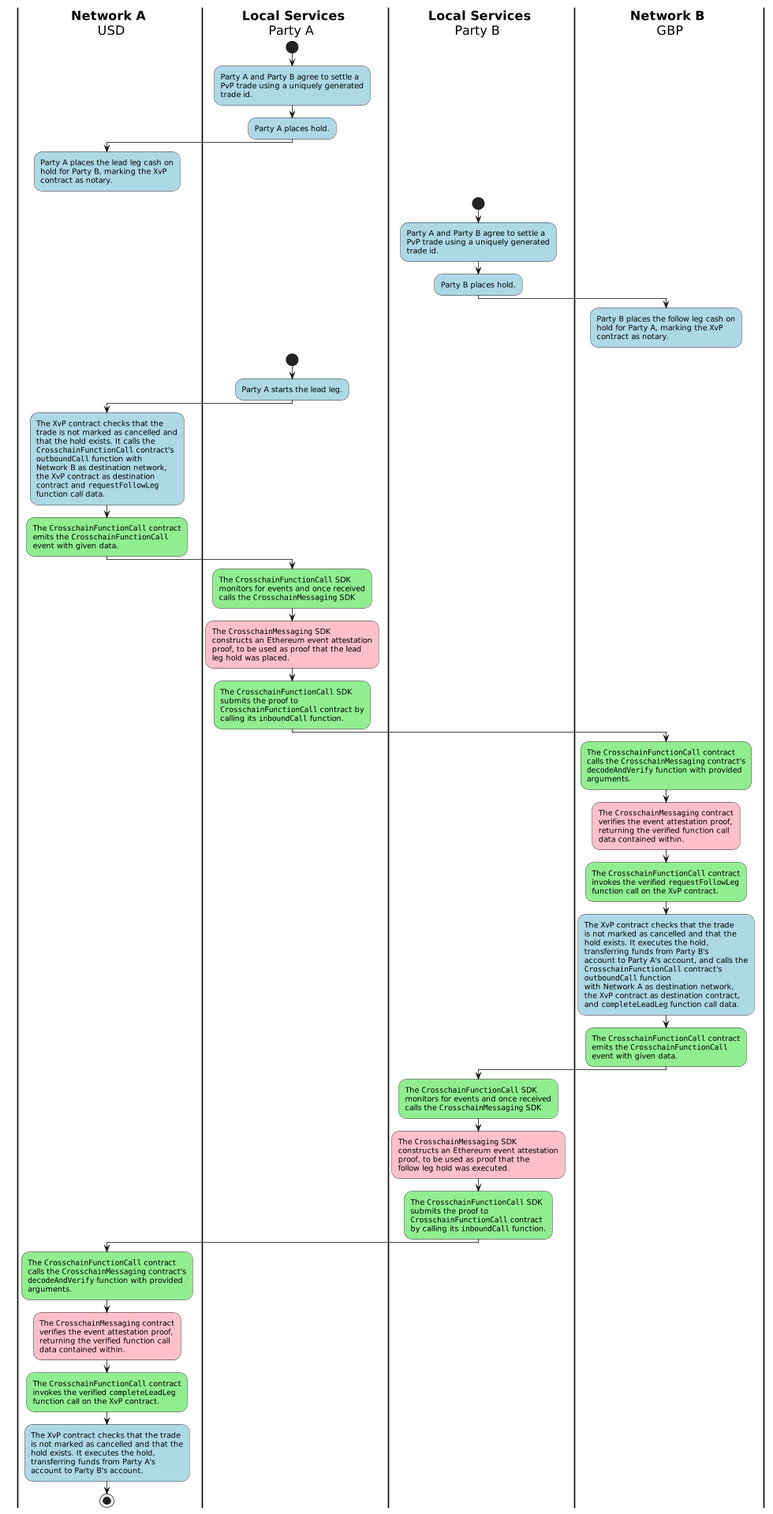
Earlier version of the PlantUML export docs/adhara/img/pvp_successful_trade.png (hyperledger-labs/harmonia). Source of this version:
```plantuml
@startuml 1_pvp_leader_follower_activity_diagram
skinparam ActivityBackgroundColor LightBlue
skinparam activityDiamondBackgroundColor transparent
skinparam defaultTextAlignment left
skinparam shadowing false
skinparam Swimlane {
  TitleFontColor black
  TitleFontSize 20
  BorderColor black
  BorderThickness 2
  width 500
}

| **Network A**\n        USD  |
| **Local Services**\n        Party A |
| **Local Services**\n        Party B |

| **Local Services**\n        Party A |

  start
  :Party A and Party B agree to settle a
  PvP trade using a uniquely generated
  trade id.;
  :Party A places hold.;

| **Network A**\n        USD  |

  :Party A places the lead leg cash on
  hold for Party B, marking the ""XvP""
  contract as notary.;
  detach

| **Local Services**\n        Party B |

  start
  :Party A and Party B agree to settle a
  PvP trade using a uniquely generated
  trade id.;
  :Party B places hold.;

| **Network B**\n        GBP |

  :Party B places the follow leg cash on
  hold for Party A, marking the ""XvP""
  contract as notary.;
  detach

| **Local Services**\n        Party A |

  start
  :Party A starts the lead leg.;

| **Network A**\n        USD  |

  :The ""XvP"" contract checks that the
  trade is not marked as cancelled and
  that the hold exists. It calls the
  ""CrosschainFunctionCall"" contract's
  ""outboundCall"" function with
  Network B as destination network,
  the ""XvP"" contract as destination
  contract and ""requestFollowLeg""
  function call data.;
  #lightGreen:The ""CrosschainFunctionCall"" contract
  emits the ""CrosschainFunctionCall""
  event with given data.;

| **Local Services**\n        Party A |

  #lightGreen:The ""CrosschainFunctionCall"" SDK
  monitors for events and once received
  calls the ""CrosschainMessaging"" SDK;
  #Pink:The ""CrosschainMessaging"" SDK
  constructs an Ethereum event attestation
  proof, to be used as proof that the lead
  leg hold was placed.;
  #lightGreen:The ""CrosschainFunctionCall"" SDK
  submits the proof to
  ""CrosschainFunctionCall"" contract by
  calling its ""inboundCall"" function.;

| **Network B**\n        GBP |

  #lightGreen:The ""CrosschainFunctionCall"" contract
  calls the ""CrosschainMessaging"" contract's
  ""decodeAndVerify"" function with provided
  arguments.;
  #Pink:The ""CrosschainMessaging"" contract
  verifies the event attestation proof,
  returning the verified function call
  data contained within.;
  #lightGreen:The ""CrosschainFunctionCall"" contract
  invokes the verified ""requestFollowLeg""
  function call on the ""XvP"" contract.;
  :The ""XvP"" contract checks that the trade
  is not marked as cancelled and that the
  hold exists. It executes the hold,
  transferring funds from Party B's
  account to Party A's account, and calls the
  ""CrosschainFunctionCall"" contract's
  ""outboundCall"" function
  with Network A as destination network,
  the ""XvP"" contract as destination contract,
  and ""completeLeadLeg"" function call data.;
  #lightGreen:The ""CrosschainFunctionCall"" contract
  emits the ""CrosschainFunctionCall""
  event with given data.;

| **Local Services**\n        Party B |

  #lightGreen:The ""CrosschainFunctionCall"" SDK
  monitors for events and once received
  calls the ""CrosschainMessaging"" SDK;
  #Pink:The ""CrosschainMessaging"" SDK
  constructs an Ethereum event attestation
  proof, to be used as proof that the
  follow leg hold was executed.;
  #lightGreen:The ""CrosschainFunctionCall"" SDK
  submits the proof to
  ""CrosschainFunctionCall"" contract
  by calling its ""inboundCall"" function.;

| **Network A**\n        USD  |

  #lightGreen:The ""CrosschainFunctionCall"" contract
  calls the ""CrosschainMessaging"" contract's
  ""decodeAndVerify"" function with provided
  arguments.;
  #Pink:The ""CrosschainMessaging"" contract
  verifies the event attestation proof,
  returning the verified function call
  data contained within.;
  #lightGreen:The ""CrosschainFunctionCall"" contract
  invokes the verified ""completeLeadLeg""
  function call on the ""XvP"" contract.;
  :The ""XvP"" contract checks that the trade
  is not marked as cancelled and that the
  hold exists. It executes the hold,
  transferring funds from Party A's
  account to Party B's account.;

stop

@enduml
```
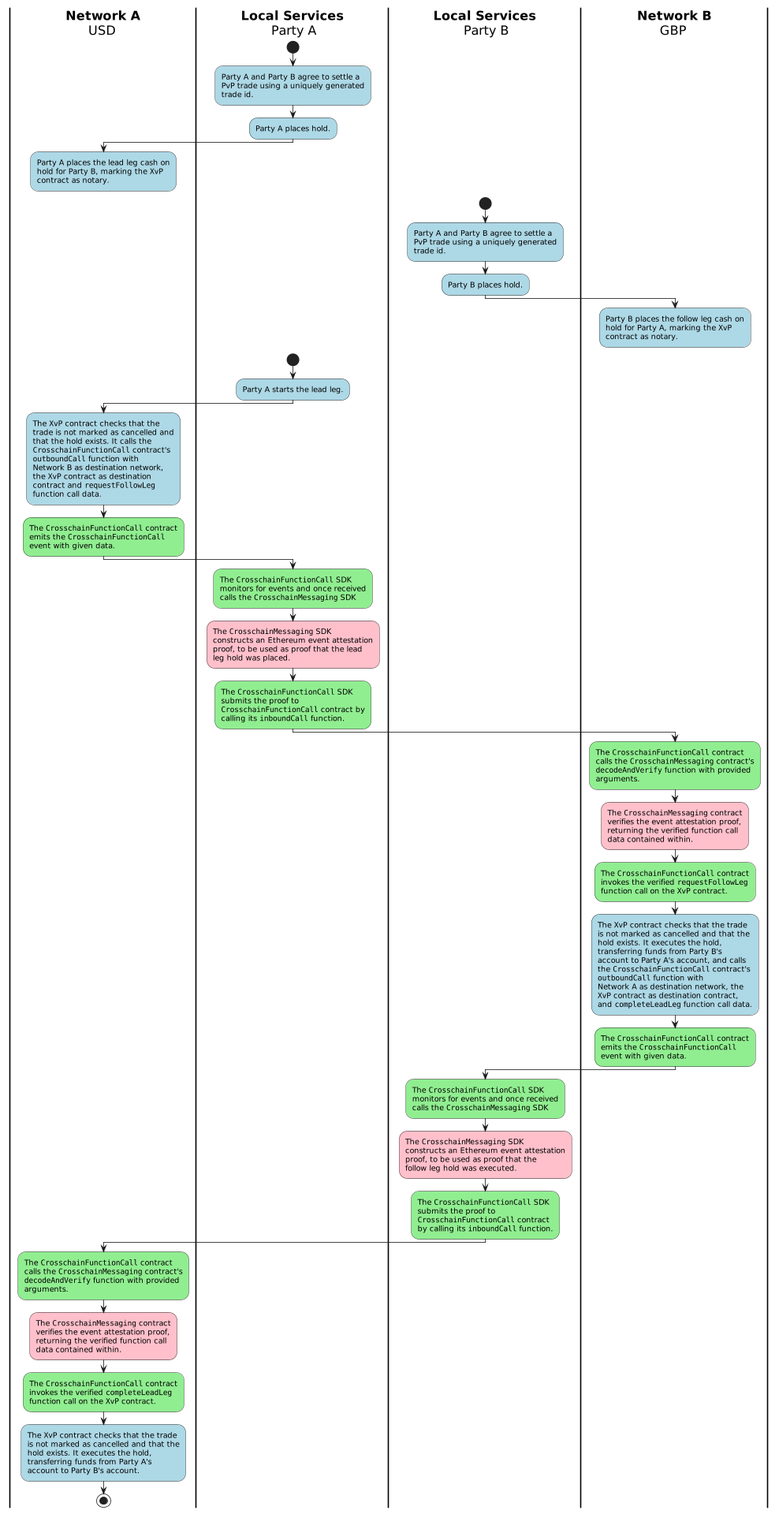
Above is the later version.

Change to the diagram source:
```diff
@@ -8,14 +8,14 @@
   TitleFontSize 20
   BorderColor black
   BorderThickness 2
-  width 500
+  swimlaneWidth same
 }
 
-| **Network A**\n        USD  |
-| **Local Services**\n        Party A |
-| **Local Services**\n        Party B |
+ |              **Network A**              \n                    USD  |
+ |           **Local Services**           \n                   Party A |
+ |           **Local Services**           \n                   Party B |
 
-| **Local Services**\n        Party A |
+ |           **Local Services**           \n                   Party A |
 
   start
   :Party A and Party B agree to settle a
@@ -23,14 +23,14 @@
   trade id.;
   :Party A places hold.;
 
-| **Network A**\n        USD  |
+ |              **Network A**              \n                    USD  |
 
   :Party A places the lead leg cash on
   hold for Party B, marking the ""XvP""
   contract as notary.;
   detach
 
-| **Local Services**\n        Party B |
+ |           **Local Services**           \n                   Party B |
 
   start
   :Party A and Party B agree to settle a
@@ -38,19 +38,19 @@
   trade id.;
   :Party B places hold.;
 
-| **Network B**\n        GBP |
+ |              **Network B**              \n                    GBP  |
 
   :Party B places the follow leg cash on
   hold for Party A, marking the ""XvP""
   contract as notary.;
   detach
 
-| **Local Services**\n        Party A |
+ |           **Local Services**           \n                   Party A |
 
   start
   :Party A starts the lead leg.;
 
-| **Network A**\n        USD  |
+ |              **Network A**              \n                    USD  |
 
   :The ""XvP"" contract checks that the
   trade is not marked as cancelled and
@@ -65,7 +65,7 @@
   emits the ""CrosschainFunctionCall""
   event with given data.;
 
-| **Local Services**\n        Party A |
+ |           **Local Services**           \n                   Party A |
 
   #lightGreen:The ""CrosschainFunctionCall"" SDK
   monitors for events and once received
@@ -79,7 +79,7 @@
   ""CrosschainFunctionCall"" contract by
   calling its ""inboundCall"" function.;
 
-| **Network B**\n        GBP |
+ |              **Network B**              \n                    GBP  |
 
   #lightGreen:The ""CrosschainFunctionCall"" contract
   calls the ""CrosschainMessaging"" contract's
@@ -96,17 +96,17 @@
   is not marked as cancelled and that the
   hold exists. It executes the hold,
   transferring funds from Party B's
-  account to Party A's account, and calls the
-  ""CrosschainFunctionCall"" contract's
-  ""outboundCall"" function
-  with Network A as destination network,
-  the ""XvP"" contract as destination contract,
+  account to Party A's account, and calls
+  the ""CrosschainFunctionCall"" contract's
+  ""outboundCall"" function with
+  Network A as destination network, the
+  ""XvP"" contract as destination contract,
   and ""completeLeadLeg"" function call data.;
   #lightGreen:The ""CrosschainFunctionCall"" contract
   emits the ""CrosschainFunctionCall""
   event with given data.;
 
-| **Local Services**\n        Party B |
+ |           **Local Services**           \n                   Party B |
 
   #lightGreen:The ""CrosschainFunctionCall"" SDK
   monitors for events and once received
@@ -120,7 +120,7 @@
   ""CrosschainFunctionCall"" contract
   by calling its ""inboundCall"" function.;
 
-| **Network A**\n        USD  |
+ |              **Network A**              \n                    USD  |
 
   #lightGreen:The ""CrosschainFunctionCall"" contract
   calls the ""CrosschainMessaging"" contract's
```
